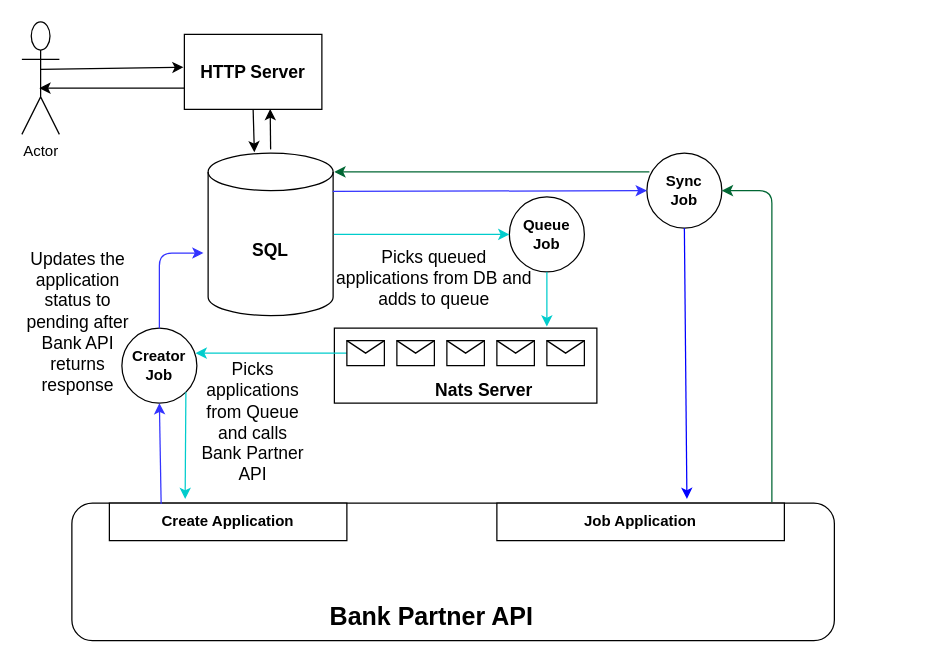
Above: Untitled Diagram.drawio in mailanushamn/DockerSamples (draw.io), before the change. Source tidied: cells renumbered, new cells numbered last; positions are measured from the earlier drawing's top-left corner, leaving out a move shared by most shapes. Both pictures are drawn from the tidied source at 125%, with x=0, y=0 at pixel (21, 21).
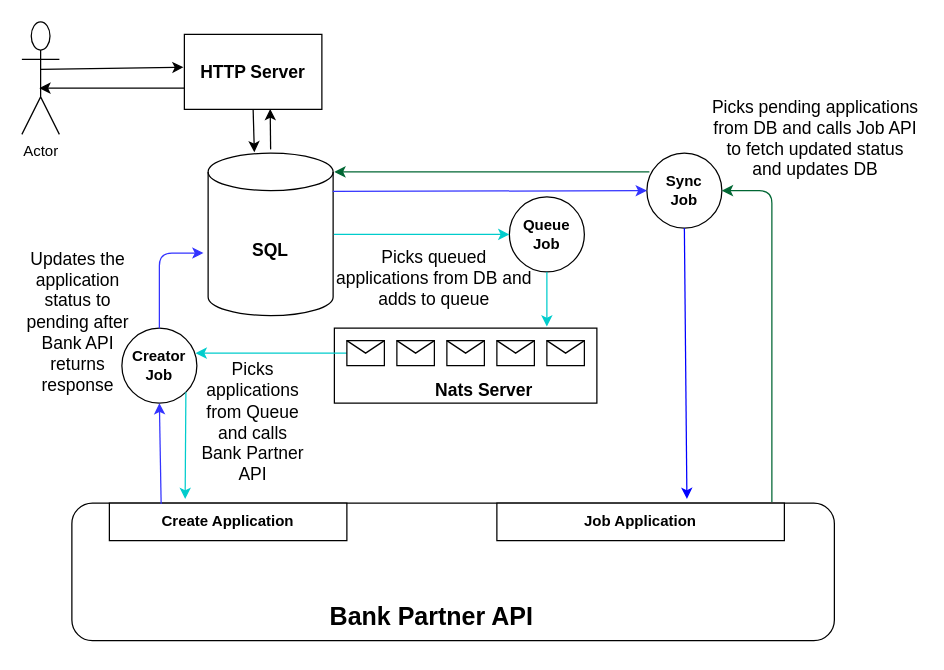
The same diagram, later.

Change to the diagram source:
```diff
@@
+    <mxCell id="36" value="Picks pending applications from DB and calls Job API to fetch updated status and updates DB" style="text;html=1;strokeColor=none;fillColor=none;align=center;verticalAlign=middle;whiteSpace=wrap;rounded=0;fontSize=14;" parent="1" vertex="1">
+      <mxGeometry x="550" y="70" width="170" height="45" as="geometry" />
+    </mxCell>
```
